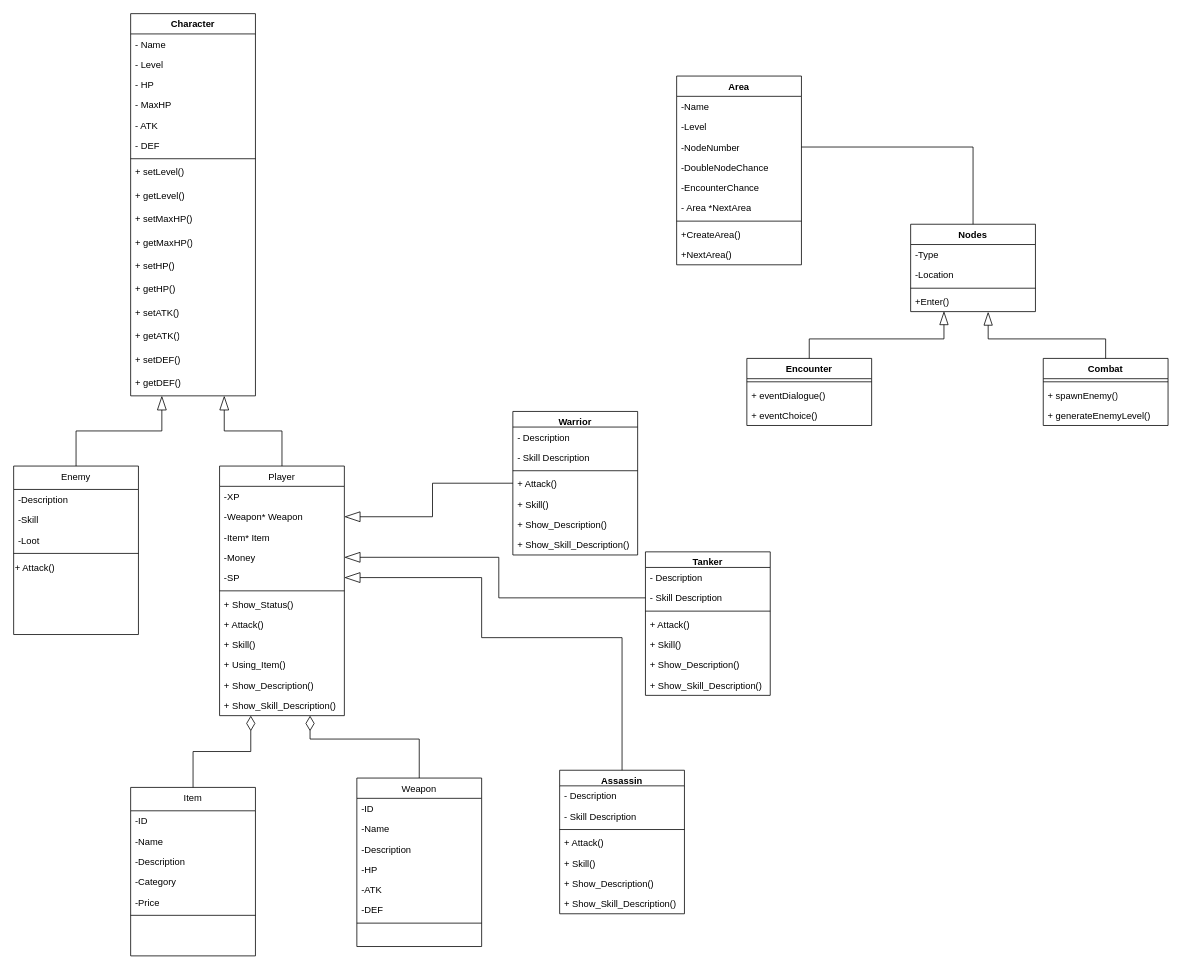
Before: PBL2.drawio in hoanghuyhoc/PBL2, a draw.io diagram. Source tidied: cells renumbered, new cells numbered last; positions are measured from the earlier drawing's top-left corner, leaving out a move shared by most shapes. Both pictures are drawn from the tidied source at 78%, with x=0, y=0 at pixel (13, 13).
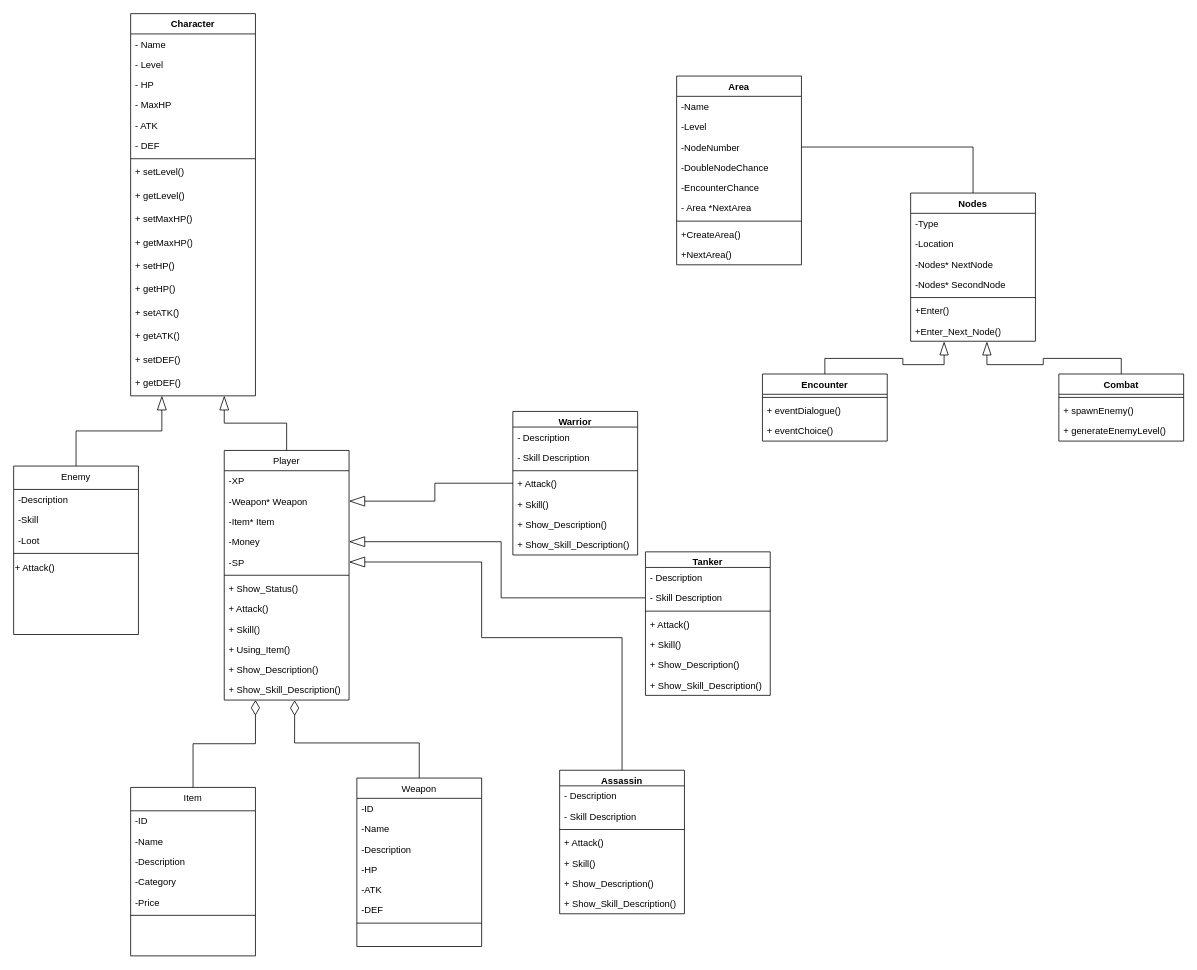
The same diagram, later.

Unchanged cells that the change refers to:
```xml
<mxCell id="32" value="+ Show_Skill_Description()" style="text;strokeColor=none;fillColor=none;align=left;verticalAlign=top;spacingLeft=4;spacingRight=4;overflow=hidden;points=[[0,0.5],[1,0.5]];portConstraint=eastwest;whiteSpace=wrap;html=1;" parent="20" vertex="1">
  <mxGeometry y="294" width="160" height="26" as="geometry" />
</mxCell>
<mxCell id="42" value="Weapon" style="swimlane;fontStyle=0;align=center;verticalAlign=top;horizontal=1;startSize=26;rounded=0;shadow=0;strokeWidth=1;" parent="1" vertex="1">
  <mxGeometry x="440" y="980" width="160" height="216" as="geometry" />
</mxCell>
```

What changed in the source:
```diff
@@
     <mxCell id="20" value="Player" style="swimlane;fontStyle=0;align=center;verticalAlign=top;horizontal=1;startSize=26;rounded=0;shadow=0;strokeWidth=1;" parent="1" vertex="1">
-      <mxGeometry x="264" y="580" width="160" height="320" as="geometry" />
+      <mxGeometry x="270" y="560" width="160" height="320" as="geometry" />
     </mxCell>
@@
-    <mxCell id="41" style="edgeStyle=orthogonalEdgeStyle;rounded=0;jettySize=auto;html=1;exitX=0.5;exitY=0;exitDx=0;exitDy=0;endArrow=diamondThin;endFill=0;endSize=17;" parent="1" edge="1" source="42" target="32">
-      <mxGeometry relative="1" as="geometry">
-        <Array as="points">
-          <mxPoint x="520" y="930" />
-          <mxPoint x="380" y="930" />
-        </Array>
-      </mxGeometry>
+    <mxCell id="41" style="edgeStyle=orthogonalEdgeStyle;rounded=0;jettySize=auto;html=1;exitX=0.5;exitY=0;exitDx=0;exitDy=0;endArrow=diamondThin;endFill=0;endSize=17;entryX=0.564;entryY=1.012;entryDx=0;entryDy=0;entryPerimeter=0;" parent="1" edge="1" source="42" target="32">
+      <mxGeometry relative="1" as="geometry" />
     </mxCell>
@@
     <mxCell id="58" value="Nodes" style="swimlane;fontStyle=1;align=center;verticalAlign=top;horizontal=1;startSize=26;whiteSpace=wrap;html=1;direction=east;" parent="1" vertex="1">
-      <mxGeometry x="1150" y="270" width="160" height="112" as="geometry" />
+      <mxGeometry x="1150" y="230" width="160" height="190" as="geometry" />
     </mxCell>
@@
+    <mxCell id="111" value="-Nodes* NextNode" style="text;strokeColor=none;fillColor=none;align=left;verticalAlign=top;spacingLeft=4;spacingRight=4;overflow=hidden;whiteSpace=wrap;html=1;" parent="58" vertex="1">
+      <mxGeometry y="78" width="160" height="26" as="geometry" />
+    </mxCell>
+    <mxCell id="112" value="-Nodes* SecondNode" style="text;strokeColor=none;fillColor=none;align=left;verticalAlign=top;spacingLeft=4;spacingRight=4;overflow=hidden;whiteSpace=wrap;html=1;" parent="58" vertex="1">
+      <mxGeometry y="104" width="160" height="26" as="geometry" />
+    </mxCell>
     <mxCell id="61" style="line;strokeWidth=1;fillColor=none;align=left;verticalAlign=middle;spacingTop=-1;spacingLeft=3;spacingRight=3;labelPosition=right;strokeColor=inherit;" parent="58" vertex="1">
-      <mxGeometry y="78" width="160" height="8" as="geometry" />
+      <mxGeometry y="130" width="160" height="8" as="geometry" />
     </mxCell>
     <mxCell id="62" value="+Enter()" style="text;strokeColor=none;fillColor=none;align=left;verticalAlign=top;spacingLeft=4;spacingRight=4;overflow=hidden;points=[[0,0.5],[1,0.5]];portConstraint=eastwest;whiteSpace=wrap;html=1;" parent="58" vertex="1">
-      <mxGeometry y="86" width="160" height="26" as="geometry" />
+      <mxGeometry y="138" width="160" height="26" as="geometry" />
     </mxCell>
+    <mxCell id="113" value="+Enter_Next_Node()" style="text;strokeColor=none;fillColor=none;align=left;verticalAlign=top;spacingLeft=4;spacingRight=4;overflow=hidden;points=[[0,0.5],[1,0.5]];portConstraint=eastwest;whiteSpace=wrap;html=1;" parent="58" vertex="1">
+      <mxGeometry y="164" width="160" height="26" as="geometry" />
+    </mxCell>
@@
     <mxCell id="100" value="Encounter" style="swimlane;fontStyle=1;align=center;verticalAlign=top;horizontal=1;startSize=26;whiteSpace=wrap;html=1;" parent="1" vertex="1">
-      <mxGeometry x="940" y="442" width="160" height="86" as="geometry" />
+      <mxGeometry x="960" y="462" width="160" height="86" as="geometry" />
     </mxCell>
@@
     <mxCell id="104" value="Combat" style="swimlane;fontStyle=1;align=center;verticalAlign=top;horizontal=1;startSize=26;whiteSpace=wrap;html=1;" parent="1" vertex="1">
-      <mxGeometry x="1320" y="442" width="160" height="86" as="geometry" />
+      <mxGeometry x="1340" y="462" width="160" height="86" as="geometry" />
     </mxCell>
@@
-    <mxCell id="109" style="edgeStyle=orthogonalEdgeStyle;rounded=0;jettySize=auto;html=1;entryX=0.267;entryY=0.987;entryDx=0;entryDy=0;entryPerimeter=0;endArrow=blockThin;endFill=0;endSize=15;" parent="1" edge="1" source="100" target="62">
+    <mxCell id="109" style="edgeStyle=orthogonalEdgeStyle;rounded=0;jettySize=auto;html=1;entryX=0.268;entryY=1.02;entryDx=0;entryDy=0;entryPerimeter=0;endArrow=blockThin;endFill=0;endSize=15;" parent="1" edge="1" source="100" target="113">
       <mxGeometry relative="1" as="geometry" />
     </mxCell>
-    <mxCell id="110" style="edgeStyle=orthogonalEdgeStyle;rounded=0;jettySize=auto;html=1;exitX=0.5;exitY=0;exitDx=0;exitDy=0;entryX=0.621;entryY=1.013;entryDx=0;entryDy=0;entryPerimeter=0;endArrow=blockThin;endFill=0;endSize=15;" parent="1" edge="1" source="104" target="62">
+    <mxCell id="110" style="edgeStyle=orthogonalEdgeStyle;rounded=0;jettySize=auto;html=1;exitX=0.5;exitY=0;exitDx=0;exitDy=0;endArrow=blockThin;endFill=0;endSize=15;entryX=0.611;entryY=1.02;entryDx=0;entryDy=0;entryPerimeter=0;" parent="1" edge="1" source="104" target="113">
       <mxGeometry relative="1" as="geometry" />
     </mxCell>
```
